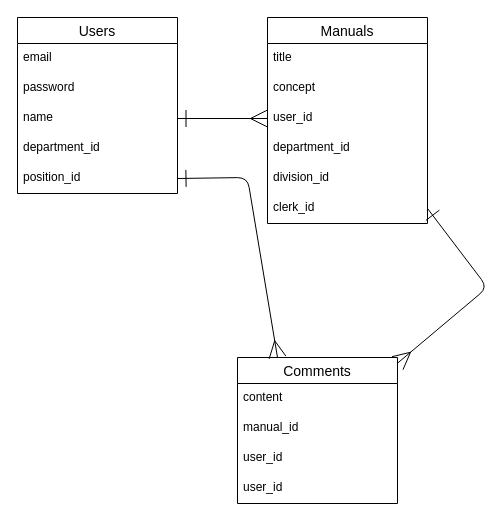
This is ER.dio from TECHkoumu/ManuMit, a draw.io file, before an edit. Source tidied: cells renumbered, new cells numbered last; positions are measured from the earlier drawing's top-left corner, leaving out a move shared by most shapes. Both pictures are drawn from the tidied source at 100%, with x=0, y=0 at pixel (17, 17).
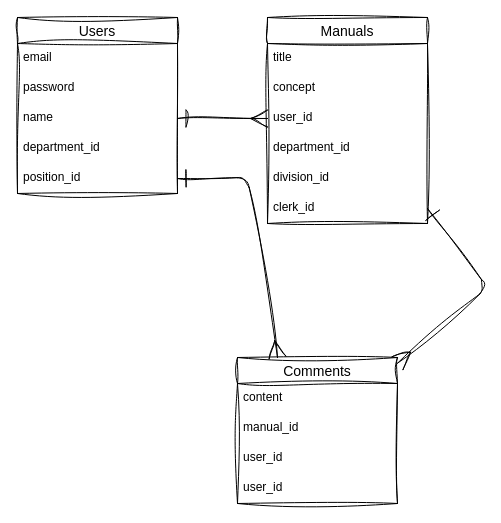
After the change.

The edit, as a diff of the source:
```diff
@@
-    <mxCell id="2" value="Users" style="swimlane;fontStyle=0;horizontal=1;startSize=26;align=center;fontSize=14;" parent="1" vertex="1">
+    <mxCell id="2" value="Users" style="swimlane;fontStyle=0;horizontal=1;startSize=26;align=center;fontSize=14;sketch=1;curveFitting=1;jiggle=2;" parent="1" vertex="1">
       <mxGeometry width="160" height="176" as="geometry" />
     </mxCell>
-    <mxCell id="3" value="email" style="text;strokeColor=none;fillColor=none;spacingLeft=4;spacingRight=4;overflow=hidden;fontSize=12;" parent="2" vertex="1">
+    <mxCell id="3" value="email" style="text;strokeColor=none;fillColor=none;spacingLeft=4;spacingRight=4;overflow=hidden;fontSize=12;sketch=1;curveFitting=1;jiggle=2;" parent="2" vertex="1">
       <mxGeometry y="26" width="160" height="30" as="geometry" />
     </mxCell>
-    <mxCell id="4" value="password" style="text;strokeColor=none;fillColor=none;spacingLeft=4;spacingRight=4;overflow=hidden;fontSize=12;" parent="2" vertex="1">
+    <mxCell id="4" value="password" style="text;strokeColor=none;fillColor=none;spacingLeft=4;spacingRight=4;overflow=hidden;fontSize=12;sketch=1;curveFitting=1;jiggle=2;" parent="2" vertex="1">
       <mxGeometry y="56" width="160" height="30" as="geometry" />
     </mxCell>
-    <mxCell id="5" value="name" style="text;strokeColor=none;fillColor=none;spacingLeft=4;spacingRight=4;overflow=hidden;points=[[0,0.5],[1,0.5]];portConstraint=eastwest;fontSize=12;" parent="2" vertex="1">
+    <mxCell id="5" value="name" style="text;strokeColor=none;fillColor=none;spacingLeft=4;spacingRight=4;overflow=hidden;points=[[0,0.5],[1,0.5]];portConstraint=eastwest;fontSize=12;sketch=1;curveFitting=1;jiggle=2;" parent="2" vertex="1">
       <mxGeometry y="86" width="160" height="30" as="geometry" />
     </mxCell>
-    <mxCell id="6" value="department_id" style="text;strokeColor=none;fillColor=none;spacingLeft=4;spacingRight=4;overflow=hidden;fontSize=12;" parent="2" vertex="1">
+    <mxCell id="6" value="department_id" style="text;strokeColor=none;fillColor=none;spacingLeft=4;spacingRight=4;overflow=hidden;fontSize=12;sketch=1;curveFitting=1;jiggle=2;" parent="2" vertex="1">
       <mxGeometry y="116" width="160" height="30" as="geometry" />
     </mxCell>
-    <mxCell id="7" value="position_id" style="text;strokeColor=none;fillColor=none;spacingLeft=4;spacingRight=4;overflow=hidden;points=[[0,0.5],[1,0.5]];portConstraint=eastwest;fontSize=12;" parent="2" vertex="1">
+    <mxCell id="7" value="position_id" style="text;strokeColor=none;fillColor=none;spacingLeft=4;spacingRight=4;overflow=hidden;points=[[0,0.5],[1,0.5]];portConstraint=eastwest;fontSize=12;sketch=1;curveFitting=1;jiggle=2;" parent="2" vertex="1">
       <mxGeometry y="146" width="160" height="30" as="geometry" />
     </mxCell>
-    <mxCell id="8" value="Manuals" style="swimlane;fontStyle=0;horizontal=1;startSize=26;align=center;fontSize=14;" parent="1" vertex="1">
+    <mxCell id="8" value="Manuals" style="swimlane;fontStyle=0;horizontal=1;startSize=26;align=center;fontSize=14;sketch=1;curveFitting=1;jiggle=2;" parent="1" vertex="1">
       <mxGeometry x="250" width="160" height="206" as="geometry" />
     </mxCell>
-    <mxCell id="9" value="title" style="text;strokeColor=none;fillColor=none;spacingLeft=4;spacingRight=4;overflow=hidden;fontSize=12;" parent="8" vertex="1">
+    <mxCell id="9" value="title" style="text;strokeColor=none;fillColor=none;spacingLeft=4;spacingRight=4;overflow=hidden;fontSize=12;sketch=1;curveFitting=1;jiggle=2;" parent="8" vertex="1">
       <mxGeometry y="26" width="160" height="30" as="geometry" />
     </mxCell>
-    <mxCell id="10" value="concept" style="text;strokeColor=none;fillColor=none;spacingLeft=4;spacingRight=4;overflow=hidden;fontSize=12;" parent="8" vertex="1">
+    <mxCell id="10" value="concept" style="text;strokeColor=none;fillColor=none;spacingLeft=4;spacingRight=4;overflow=hidden;fontSize=12;sketch=1;curveFitting=1;jiggle=2;" parent="8" vertex="1">
       <mxGeometry y="56" width="160" height="30" as="geometry" />
     </mxCell>
-    <mxCell id="11" value="user_id" style="text;strokeColor=none;fillColor=none;spacingLeft=4;spacingRight=4;overflow=hidden;points=[[0,0.5],[1,0.5]];portConstraint=eastwest;fontSize=12;" parent="8" vertex="1">
+    <mxCell id="11" value="user_id" style="text;strokeColor=none;fillColor=none;spacingLeft=4;spacingRight=4;overflow=hidden;points=[[0,0.5],[1,0.5]];portConstraint=eastwest;fontSize=12;sketch=1;curveFitting=1;jiggle=2;" parent="8" vertex="1">
       <mxGeometry y="86" width="160" height="30" as="geometry" />
     </mxCell>
-    <mxCell id="12" value="department_id" style="text;strokeColor=none;fillColor=none;spacingLeft=4;spacingRight=4;overflow=hidden;fontSize=12;" parent="8" vertex="1">
+    <mxCell id="12" value="department_id" style="text;strokeColor=none;fillColor=none;spacingLeft=4;spacingRight=4;overflow=hidden;fontSize=12;sketch=1;curveFitting=1;jiggle=2;" parent="8" vertex="1">
       <mxGeometry y="116" width="160" height="30" as="geometry" />
     </mxCell>
-    <mxCell id="13" value="division_id" style="text;strokeColor=none;fillColor=none;spacingLeft=4;spacingRight=4;overflow=hidden;fontSize=12;" parent="8" vertex="1">
+    <mxCell id="13" value="division_id" style="text;strokeColor=none;fillColor=none;spacingLeft=4;spacingRight=4;overflow=hidden;fontSize=12;sketch=1;curveFitting=1;jiggle=2;" parent="8" vertex="1">
       <mxGeometry y="146" width="160" height="30" as="geometry" />
     </mxCell>
-    <mxCell id="14" value="clerk_id" style="text;strokeColor=none;fillColor=none;spacingLeft=4;spacingRight=4;overflow=hidden;points=[[0,0.5],[1,0.5]];portConstraint=eastwest;fontSize=12;" parent="8" vertex="1">
+    <mxCell id="14" value="clerk_id" style="text;strokeColor=none;fillColor=none;spacingLeft=4;spacingRight=4;overflow=hidden;points=[[0,0.5],[1,0.5]];portConstraint=eastwest;fontSize=12;sketch=1;curveFitting=1;jiggle=2;" parent="8" vertex="1">
       <mxGeometry y="176" width="160" height="30" as="geometry" />
     </mxCell>
-    <mxCell id="15" value="Comments" style="swimlane;fontStyle=0;horizontal=1;startSize=26;align=center;fontSize=14;" parent="1" vertex="1">
+    <mxCell id="15" value="Comments" style="swimlane;fontStyle=0;horizontal=1;startSize=26;align=center;fontSize=14;sketch=1;curveFitting=1;jiggle=2;" parent="1" vertex="1">
       <mxGeometry x="220" y="340" width="160" height="146" as="geometry" />
     </mxCell>
-    <mxCell id="16" value="content" style="text;strokeColor=none;fillColor=none;spacingLeft=4;spacingRight=4;overflow=hidden;fontSize=12;" parent="15" vertex="1">
+    <mxCell id="16" value="content" style="text;strokeColor=none;fillColor=none;spacingLeft=4;spacingRight=4;overflow=hidden;fontSize=12;sketch=1;curveFitting=1;jiggle=2;" parent="15" vertex="1">
       <mxGeometry y="26" width="160" height="30" as="geometry" />
     </mxCell>
-    <mxCell id="17" value="manual_id" style="text;strokeColor=none;fillColor=none;spacingLeft=4;spacingRight=4;overflow=hidden;fontSize=12;" parent="15" vertex="1">
+    <mxCell id="17" value="manual_id" style="text;strokeColor=none;fillColor=none;spacingLeft=4;spacingRight=4;overflow=hidden;fontSize=12;sketch=1;curveFitting=1;jiggle=2;" parent="15" vertex="1">
       <mxGeometry y="56" width="160" height="30" as="geometry" />
     </mxCell>
-    <mxCell id="18" value="user_id" style="text;strokeColor=none;fillColor=none;spacingLeft=4;spacingRight=4;overflow=hidden;fontSize=12;" parent="15" vertex="1">
+    <mxCell id="18" value="user_id" style="text;strokeColor=none;fillColor=none;spacingLeft=4;spacingRight=4;overflow=hidden;fontSize=12;sketch=1;curveFitting=1;jiggle=2;" parent="15" vertex="1">
       <mxGeometry y="86" width="160" height="30" as="geometry" />
     </mxCell>
-    <mxCell id="19" value="user_id" style="text;strokeColor=none;fillColor=none;spacingLeft=4;spacingRight=4;overflow=hidden;fontSize=12;" parent="15" vertex="1">
+    <mxCell id="19" value="user_id" style="text;strokeColor=none;fillColor=none;spacingLeft=4;spacingRight=4;overflow=hidden;fontSize=12;sketch=1;curveFitting=1;jiggle=2;" parent="15" vertex="1">
       <mxGeometry y="116" width="160" height="30" as="geometry" />
     </mxCell>
-    <mxCell id="20" style="edgeStyle=none;html=1;exitX=1;exitY=0.5;exitDx=0;exitDy=0;entryX=0;entryY=0.5;entryDx=0;entryDy=0;startArrow=ERone;startFill=0;endArrow=ERmany;endFill=0;endSize=15;startSize=15;" parent="1" edge="1" source="5" target="11">
+    <mxCell id="20" style="edgeStyle=none;html=1;exitX=1;exitY=0.5;exitDx=0;exitDy=0;entryX=0;entryY=0.5;entryDx=0;entryDy=0;startArrow=ERone;startFill=0;endArrow=ERmany;endFill=0;endSize=15;startSize=15;sketch=1;curveFitting=1;jiggle=2;" parent="1" edge="1" source="5" target="11">
       <mxGeometry relative="1" as="geometry" />
     </mxCell>
-    <mxCell id="21" style="edgeStyle=none;html=1;exitX=1;exitY=0.5;exitDx=0;exitDy=0;entryX=0.25;entryY=0;entryDx=0;entryDy=0;startArrow=ERone;startFill=0;endArrow=ERmany;endFill=0;startSize=15;endSize=15;" parent="1" edge="1" source="7" target="15">
+    <mxCell id="21" style="edgeStyle=none;html=1;exitX=1;exitY=0.5;exitDx=0;exitDy=0;entryX=0.25;entryY=0;entryDx=0;entryDy=0;startArrow=ERone;startFill=0;endArrow=ERmany;endFill=0;startSize=15;endSize=15;sketch=1;curveFitting=1;jiggle=2;" parent="1" edge="1" source="7" target="15">
       <mxGeometry relative="1" as="geometry">
         <Array as="points">
           <mxPoint x="230" y="160" />
         </Array>
       </mxGeometry>
     </mxCell>
-    <mxCell id="22" style="edgeStyle=none;html=1;exitX=1;exitY=0.5;exitDx=0;exitDy=0;startArrow=ERone;startFill=0;endArrow=ERmany;endFill=0;startSize=15;endSize=15;" parent="1" edge="1" source="14" target="15">
+    <mxCell id="22" style="edgeStyle=none;html=1;exitX=1;exitY=0.5;exitDx=0;exitDy=0;startArrow=ERone;startFill=0;endArrow=ERmany;endFill=0;startSize=15;endSize=15;sketch=1;curveFitting=1;jiggle=2;" parent="1" edge="1" source="14" target="15">
       <mxGeometry relative="1" as="geometry">
         <Array as="points">
           <mxPoint x="470" y="270" />
         </Array>
       </mxGeometry>
     </mxCell>
```
